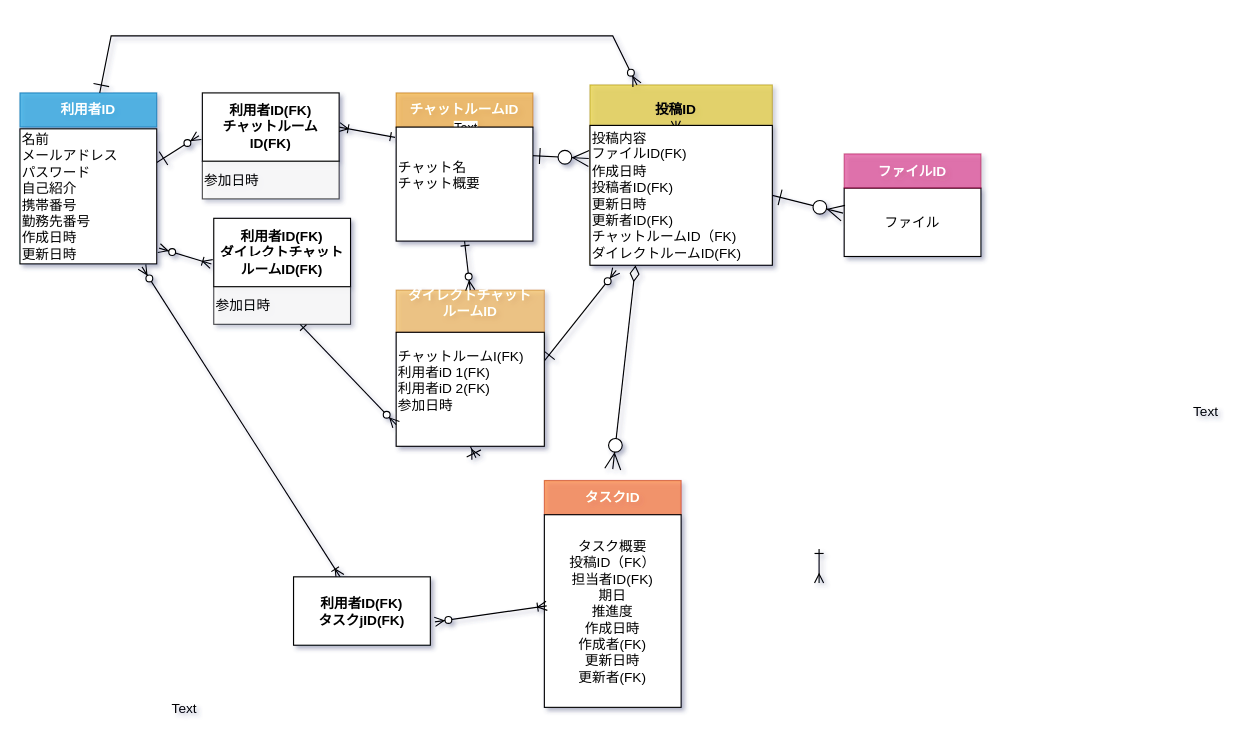
Above: db/db-challenge1/db-challenge1.drawio in Yuina1012/quelcode-db (draw.io), before the change. Source tidied: cells renumbered, new cells numbered last; positions are measured from the earlier drawing's top-left corner, leaving out a move shared by most shapes. Both pictures are drawn from the tidied source at 114%, with x=0, y=0 at pixel (19, 35).
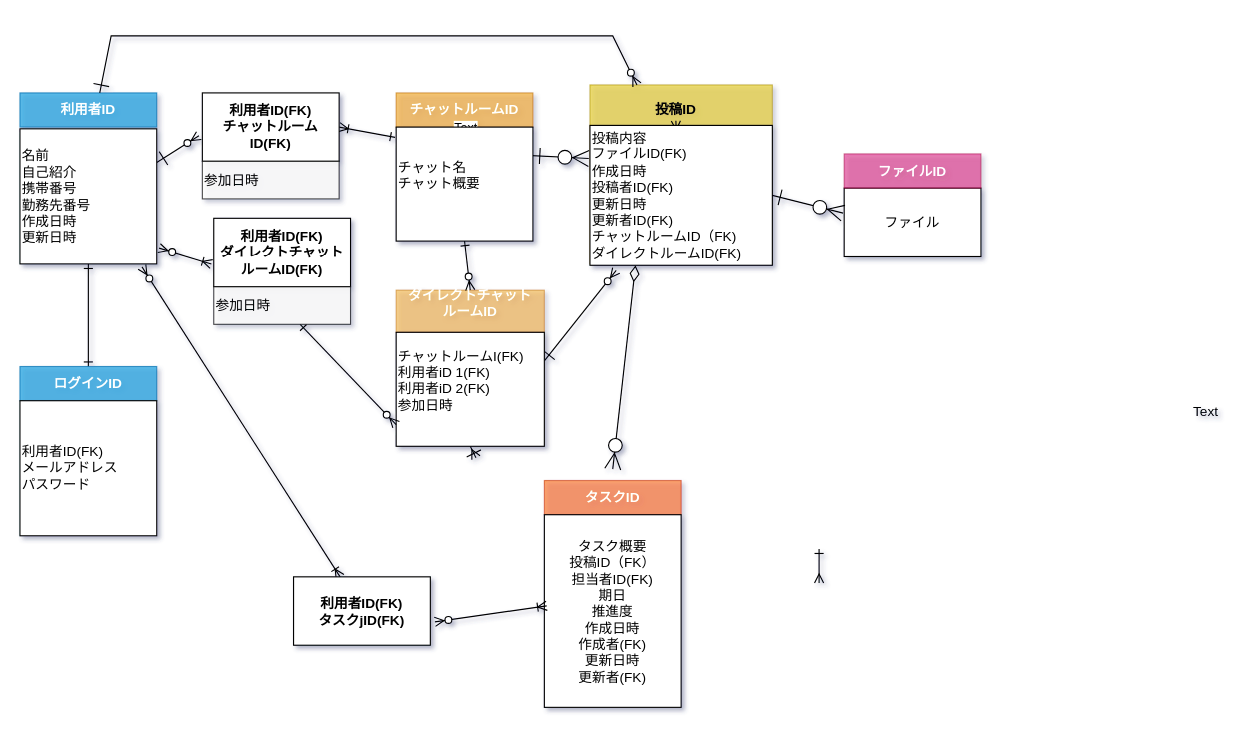
Above is the later version.

Commit message:
ログインテーブル追加

The edit, as a diff of the source:
```diff
@@
-    <mxCell id="3" style="edgeStyle=orthogonalEdgeStyle;rounded=0;jettySize=auto;html=1;strokeWidth=1;endArrow=none;endFill=0;startArrow=ERone;startFill=0;strokeColor=none;" parent="1" edge="1" source="5">
-      <mxGeometry relative="1" as="geometry">
-        <mxPoint x="70" y="240" as="targetPoint" />
-        <Array as="points">
-          <mxPoint x="60" y="210" />
-          <mxPoint x="50" y="210" />
-        </Array>
-      </mxGeometry>
-    </mxCell>
@@
+    <mxCell id="45" style="edgeStyle=none;rounded=0;jettySize=auto;html=1;startArrow=ERone;startFill=0;endArrow=ERone;endFill=0;" parent="1" edge="1" source="5" target="47">
+      <mxGeometry relative="1" as="geometry" />
+    </mxCell>
-    <mxCell id="5" value="名前&lt;br&gt;メールアドレス&lt;br&gt;パスワード&lt;br&gt;自己紹介&lt;br&gt;携帯番号&lt;br&gt;勤務先番号&lt;br&gt;作成日時&lt;br&gt;更新日時" style="rounded=0;whiteSpace=wrap;html=1;align=left;" parent="1" vertex="1">
+    <mxCell id="5" value="名前&lt;br&gt;自己紹介&lt;br&gt;携帯番号&lt;br&gt;勤務先番号&lt;br&gt;作成日時&lt;br&gt;更新日時" style="rounded=0;whiteSpace=wrap;html=1;align=left;" parent="1" vertex="1">
       <mxGeometry y="81.5" width="120" height="118.5" as="geometry" />
     </mxCell>
@@
-    <mxCell id="38" value="Text" style="text;html=1;align=center;verticalAlign=middle;" parent="1" vertex="1">
-      <mxGeometry x="124" y="580" width="40" height="20" as="geometry" />
-    </mxCell>
@@
+    <mxCell id="46" style="edgeStyle=none;rounded=0;jettySize=auto;html=1;startArrow=oval;startFill=0;endArrow=ERone;endFill=0;" parent="1" edge="1" source="47" target="48">
+      <mxGeometry relative="1" as="geometry" />
+    </mxCell>
+    <mxCell id="47" value="&lt;b&gt;ログインID&lt;/b&gt;" style="rounded=0;whiteSpace=wrap;html=1;fillColor=#1ba1e2;strokeColor=#006EAF;fontColor=#ffffff;opacity=70;" parent="1" vertex="1">
+      <mxGeometry y="290" width="120" height="30" as="geometry" />
+    </mxCell>
+    <mxCell id="48" value="利用者ID(FK)&lt;br&gt;メールアドレス&lt;br&gt;パスワード" style="rounded=0;whiteSpace=wrap;html=1;align=left;" parent="1" vertex="1">
+      <mxGeometry y="320" width="120" height="118.5" as="geometry" />
+    </mxCell>
```
